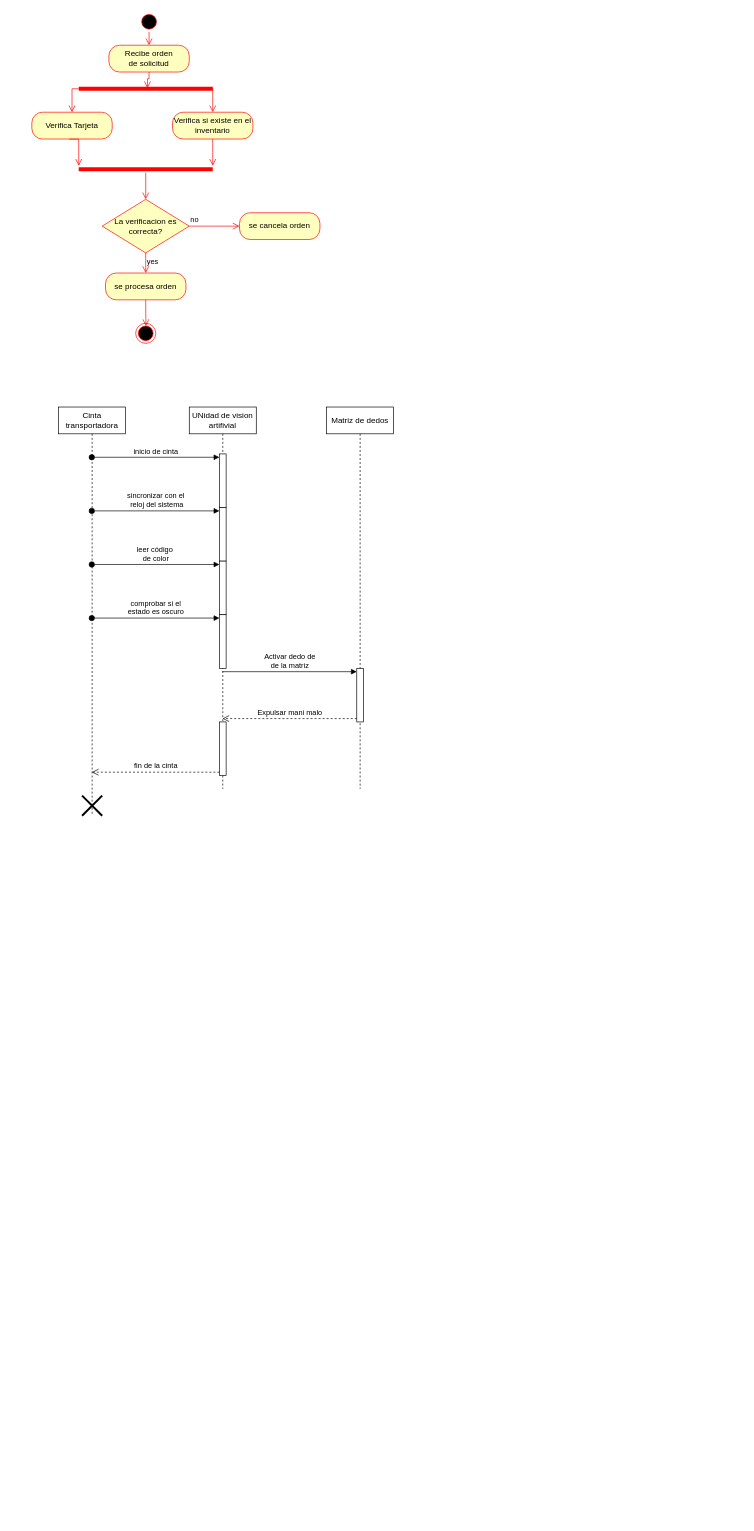
YoCere/Proyecto1Taller keeps this draw.io diagram as Diagrama sin título.drawio. Above is the earlier version. Source tidied: cells renumbered, new cells numbered last; positions are measured from the earlier drawing's top-left corner, leaving out a move shared by most shapes. Both pictures are drawn from the tidied source at 67%, with x=0, y=0 at pixel (31, 11).
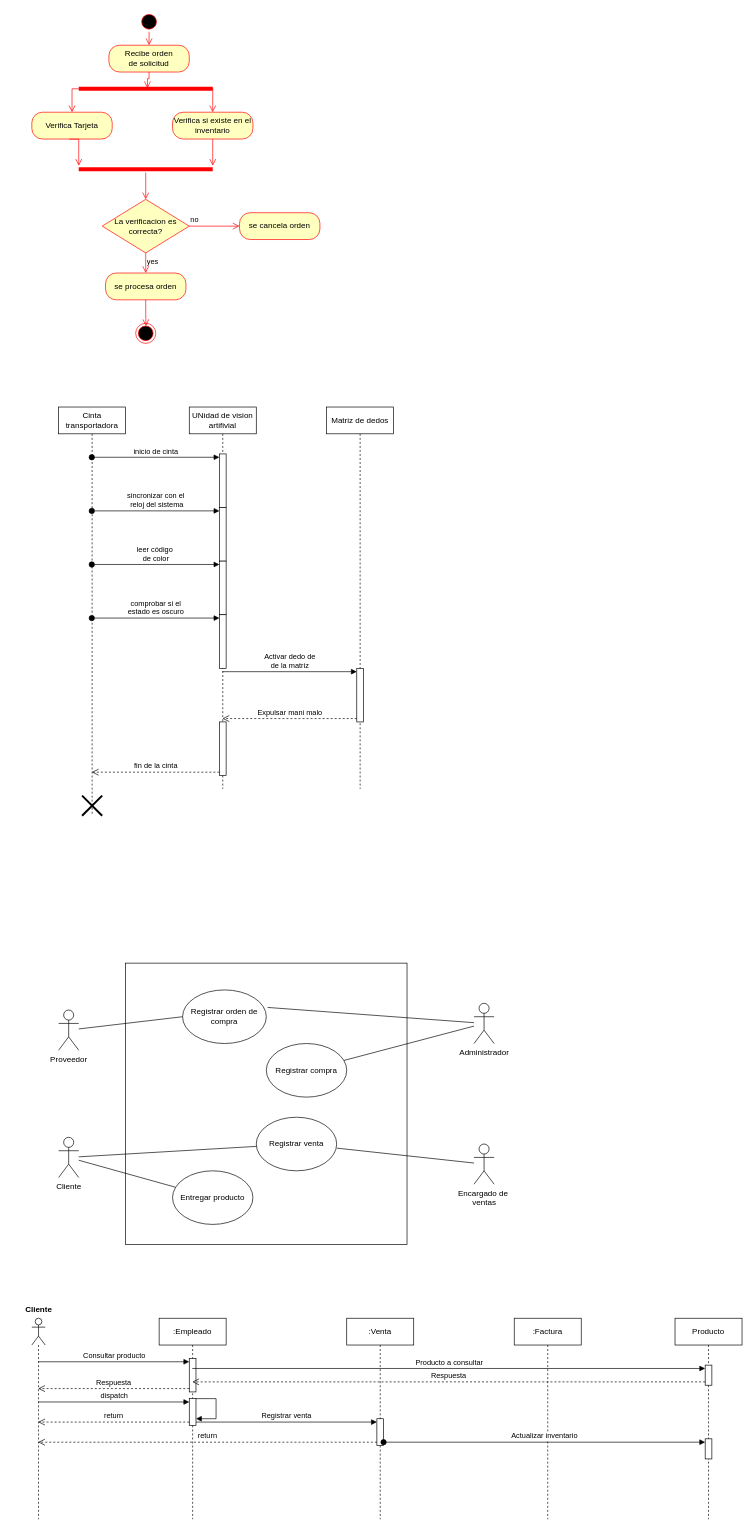
Above is the later version.

What changed in the source:
```diff
@@
+    <mxCell id="39" value="Proveedor" style="shape=umlActor;verticalLabelPosition=bottom;verticalAlign=top;html=1;outlineConnect=0;" parent="1" vertex="1">
+      <mxGeometry x="40" y="1490" width="30" height="60" as="geometry" />
+    </mxCell>
+    <mxCell id="40" value="Cliente" style="shape=umlActor;verticalLabelPosition=bottom;verticalAlign=top;html=1;outlineConnect=0;" parent="1" vertex="1">
+      <mxGeometry x="40" y="1680" width="30" height="60" as="geometry" />
+    </mxCell>
+    <mxCell id="41" style="whiteSpace=wrap;html=1;" parent="1" vertex="1">
+      <mxGeometry x="140" y="1420" width="420" height="420" as="geometry" />
+    </mxCell>
+    <mxCell id="42" value="Administrador" style="shape=umlActor;verticalLabelPosition=bottom;verticalAlign=top;html=1;outlineConnect=0;" parent="1" vertex="1">
+      <mxGeometry x="660" y="1480" width="30" height="60" as="geometry" />
+    </mxCell>
+    <mxCell id="43" value="Encargado de&amp;nbsp;&lt;br&gt;ventas" style="shape=umlActor;verticalLabelPosition=bottom;verticalAlign=top;html=1;outlineConnect=0;" parent="1" vertex="1">
+      <mxGeometry x="660" y="1690" width="30" height="60" as="geometry" />
+    </mxCell>
+    <mxCell id="44" value="Registrar orden de compra" style="ellipse;whiteSpace=wrap;html=1;" parent="1" vertex="1">
+      <mxGeometry x="225" y="1460" width="125" height="80" as="geometry" />
+    </mxCell>
+    <mxCell id="45" style="endArrow=none;html=1;rounded=0;entryX=0;entryY=0.5;entryDx=0;entryDy=0;" parent="1" edge="1" source="39" target="44">
+      <mxGeometry relative="1" as="geometry" />
+    </mxCell>
+    <mxCell id="46" style="endArrow=none;html=1;rounded=0;exitX=1.016;exitY=0.327;exitDx=0;exitDy=0;exitPerimeter=0;" parent="1" edge="1" source="44" target="42">
+      <mxGeometry relative="1" as="geometry" />
+    </mxCell>
+    <mxCell id="47" value="Registrar compra" style="ellipse;whiteSpace=wrap;html=1;" parent="1" vertex="1">
+      <mxGeometry x="350" y="1540" width="120" height="80" as="geometry" />
+    </mxCell>
+    <mxCell id="48" value="Registrar venta" style="ellipse;whiteSpace=wrap;html=1;" parent="1" vertex="1">
+      <mxGeometry x="335" y="1650" width="120" height="80" as="geometry" />
+    </mxCell>
+    <mxCell id="49" value="Entregar producto" style="ellipse;whiteSpace=wrap;html=1;" parent="1" vertex="1">
+      <mxGeometry x="210" y="1730" width="120" height="80" as="geometry" />
+    </mxCell>
+    <mxCell id="50" style="endArrow=none;html=1;rounded=0;" parent="1" edge="1" source="47" target="42">
+      <mxGeometry relative="1" as="geometry" />
+    </mxCell>
+    <mxCell id="51" style="endArrow=none;html=1;rounded=0;entryX=1.003;entryY=0.577;entryDx=0;entryDy=0;entryPerimeter=0;" parent="1" edge="1" source="43" target="48">
+      <mxGeometry relative="1" as="geometry" />
+    </mxCell>
+    <mxCell id="52" style="endArrow=none;html=1;rounded=0;" parent="1" edge="1" source="40" target="49">
+      <mxGeometry relative="1" as="geometry" />
+    </mxCell>
+    <mxCell id="53" style="endArrow=none;html=1;rounded=0;" parent="1" edge="1" source="40" target="48">
+      <mxGeometry relative="1" as="geometry" />
+    </mxCell>
+    <mxCell id="54" value=":Empleado" style="shape=umlLifeline;perimeter=lifelinePerimeter;whiteSpace=wrap;html=1;outlineConnect=0;portConstraint=eastwest;newEdgeStyle={&quot;curved&quot;:0,&quot;rounded&quot;:0};" parent="1" vertex="1">
+      <mxGeometry x="190" y="1950" width="100" height="300" as="geometry" />
+    </mxCell>
+    <mxCell id="55" style="html=1;points=[[0,0,0,0,5],[0,1,0,0,-5],[1,0,0,0,5],[1,1,0,0,-5]];perimeter=orthogonalPerimeter;outlineConnect=0;targetShapes=umlLifeline;portConstraint=eastwest;newEdgeStyle={&quot;curved&quot;:0,&quot;rounded&quot;:0};" parent="54" vertex="1">
+      <mxGeometry x="45" y="60" width="10" height="50" as="geometry" />
+    </mxCell>
+    <mxCell id="56" style="html=1;points=[[0,0,0,0,5],[0,1,0,0,-5],[1,0,0,0,5],[1,1,0,0,-5]];perimeter=orthogonalPerimeter;outlineConnect=0;targetShapes=umlLifeline;portConstraint=eastwest;newEdgeStyle={&quot;curved&quot;:0,&quot;rounded&quot;:0};" parent="54" vertex="1">
+      <mxGeometry x="45" y="120" width="10" height="40" as="geometry" />
+    </mxCell>
+    <mxCell id="57" style="html=1;align=left;spacingLeft=2;endArrow=block;rounded=0;edgeStyle=orthogonalEdgeStyle;curved=0;rounded=0;" parent="54" edge="1" target="56">
+      <mxGeometry relative="1" as="geometry">
+        <mxPoint x="55" y="120" as="sourcePoint" />
+        <Array as="points">
+          <mxPoint x="85" y="150" />
+        </Array>
+      </mxGeometry>
+    </mxCell>
+    <mxCell id="58" value=":Factura" style="shape=umlLifeline;perimeter=lifelinePerimeter;whiteSpace=wrap;html=1;newEdgeStyle={&quot;curved&quot;:0,&quot;rounded&quot;:0};" parent="1" vertex="1">
+      <mxGeometry x="720" y="1950" width="100" height="300" as="geometry" />
+    </mxCell>
+    <mxCell id="59" value="Producto" style="shape=umlLifeline;perimeter=lifelinePerimeter;whiteSpace=wrap;html=1;newEdgeStyle={&quot;curved&quot;:0,&quot;rounded&quot;:0};" parent="1" vertex="1">
+      <mxGeometry x="960" y="1950" width="100" height="300" as="geometry" />
+    </mxCell>
+    <mxCell id="60" style="html=1;points=[[0,0,0,0,5],[0,1,0,0,-5],[1,0,0,0,5],[1,1,0,0,-5]];perimeter=orthogonalPerimeter;outlineConnect=0;targetShapes=umlLifeline;portConstraint=eastwest;newEdgeStyle={&quot;curved&quot;:0,&quot;rounded&quot;:0};" parent="59" vertex="1">
+      <mxGeometry x="45" y="70" width="10" height="30" as="geometry" />
+    </mxCell>
+    <mxCell id="61" style="html=1;points=[[0,0,0,0,5],[0,1,0,0,-5],[1,0,0,0,5],[1,1,0,0,-5]];perimeter=orthogonalPerimeter;outlineConnect=0;targetShapes=umlLifeline;portConstraint=eastwest;newEdgeStyle={&quot;curved&quot;:0,&quot;rounded&quot;:0};" parent="59" vertex="1">
+      <mxGeometry x="45" y="180" width="10" height="30" as="geometry" />
+    </mxCell>
+    <mxCell id="62" style="shape=umlLifeline;perimeter=lifelinePerimeter;whiteSpace=wrap;html=1;outlineConnect=0;portConstraint=eastwest;newEdgeStyle={&quot;curved&quot;:0,&quot;rounded&quot;:0};participant=umlActor;" parent="1" vertex="1">
+      <mxGeometry y="1950" width="20" height="300" as="geometry" />
+    </mxCell>
+    <mxCell id="63" value="Cliente" style="text;align=center;fontStyle=1;verticalAlign=middle;spacingLeft=3;spacingRight=3;strokeColor=none;html=1;" parent="1" vertex="1">
+      <mxGeometry x="-30" y="1924" width="80" height="26" as="geometry" />
+    </mxCell>
+    <mxCell id="64" value=":Venta" style="shape=umlLifeline;perimeter=lifelinePerimeter;whiteSpace=wrap;html=1;newEdgeStyle={&quot;curved&quot;:0,&quot;rounded&quot;:0};" parent="1" vertex="1">
+      <mxGeometry x="470" y="1950" width="100" height="300" as="geometry" />
+    </mxCell>
+    <mxCell id="65" style="html=1;points=[[0,0,0,0,5],[0,1,0,0,-5],[1,0,0,0,5],[1,1,0,0,-5]];perimeter=orthogonalPerimeter;outlineConnect=0;targetShapes=umlLifeline;portConstraint=eastwest;newEdgeStyle={&quot;curved&quot;:0,&quot;rounded&quot;:0};" parent="64" vertex="1">
+      <mxGeometry x="45" y="150" width="10" height="40" as="geometry" />
+    </mxCell>
+    <mxCell id="66" value="Consultar producto" style="html=1;verticalAlign=bottom;endArrow=block;curved=0;rounded=0;entryX=0;entryY=0;entryDx=0;entryDy=5;" parent="1" edge="1" source="62" target="55">
+      <mxGeometry relative="1" as="geometry" />
+    </mxCell>
+    <mxCell id="67" value="Respuesta" style="html=1;verticalAlign=bottom;endArrow=open;dashed=1;endSize=8;curved=0;rounded=0;exitX=0;exitY=1;exitDx=0;exitDy=-5;" parent="1" edge="1" source="55" target="62">
+      <mxGeometry relative="1" as="geometry" />
+    </mxCell>
+    <mxCell id="68" value="Respuesta" style="html=1;verticalAlign=bottom;endArrow=open;dashed=1;endSize=8;curved=0;rounded=0;exitX=0;exitY=1;exitDx=0;exitDy=-5;" parent="1" edge="1" source="60" target="54">
+      <mxGeometry relative="1" as="geometry" />
+    </mxCell>
+    <mxCell id="69" value="Producto a consultar" style="html=1;verticalAlign=bottom;endArrow=block;curved=0;rounded=0;entryX=0;entryY=0;entryDx=0;entryDy=5;" parent="1" edge="1" source="54" target="60">
+      <mxGeometry relative="1" as="geometry" />
+    </mxCell>
+    <mxCell id="70" value="dispatch" style="html=1;verticalAlign=bottom;endArrow=block;curved=0;rounded=0;entryX=0;entryY=0;entryDx=0;entryDy=5;entryPerimeter=0;" parent="1" edge="1" source="62" target="56">
+      <mxGeometry relative="1" as="geometry" />
+    </mxCell>
+    <mxCell id="71" value="return" style="html=1;verticalAlign=bottom;endArrow=open;dashed=1;endSize=8;curved=0;rounded=0;exitX=0;exitY=1;exitDx=0;exitDy=-5;exitPerimeter=0;" parent="1" edge="1" source="56" target="62">
+      <mxGeometry relative="1" as="geometry" />
+    </mxCell>
+    <mxCell id="72" value="Registrar venta" style="html=1;verticalAlign=bottom;endArrow=block;curved=0;rounded=0;entryX=0;entryY=0;entryDx=0;entryDy=5;exitX=1;exitY=1;exitDx=0;exitDy=-5;exitPerimeter=0;" parent="1" edge="1" source="56" target="65">
+      <mxGeometry relative="1" as="geometry" />
+    </mxCell>
+    <mxCell id="73" value="return" style="html=1;verticalAlign=bottom;endArrow=open;dashed=1;endSize=8;curved=0;rounded=0;exitX=0;exitY=1;exitDx=0;exitDy=-5;" parent="1" edge="1" source="65" target="62">
+      <mxGeometry relative="1" as="geometry" />
+    </mxCell>
+    <mxCell id="74" value="Actualizar inventario" style="html=1;verticalAlign=bottom;startArrow=oval;endArrow=block;startSize=8;curved=0;rounded=0;entryX=0;entryY=0;entryDx=0;entryDy=5;exitX=1;exitY=1;exitDx=0;exitDy=-5;exitPerimeter=0;" parent="1" edge="1" source="65" target="61">
+      <mxGeometry relative="1" as="geometry" />
+    </mxCell>
```
